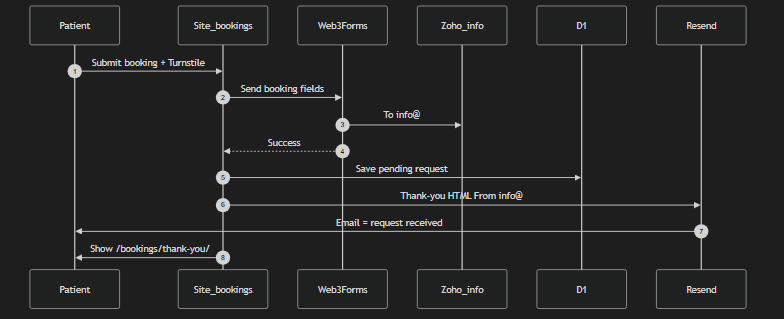
Earlier version of the Mermaid export docs/booking-sequence-request.png (hbacalso1229/wellness-needles). Its source is kept beside it as docs/booking-sequence-request.mmd.
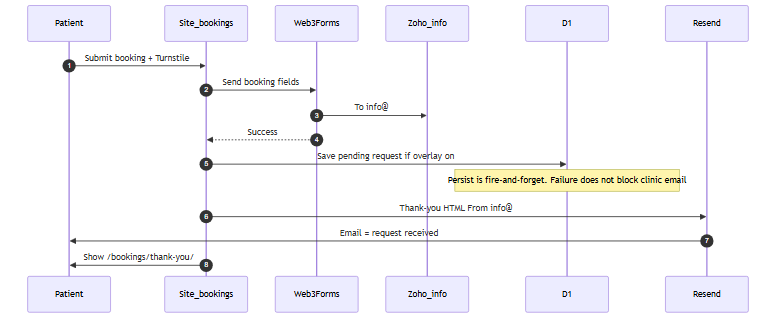
After the change.

Diff of the diagram source:
```diff
@@ -11,7 +11,8 @@
   Site_bookings->>Web3Forms: Send booking fields
   Web3Forms->>Zoho_info: To info@
   Web3Forms-->>Site_bookings: Success
-  Site_bookings->>D1: Save pending request
+  Site_bookings->>D1: Save pending request if overlay on
+  Note over D1: Persist is fire-and-forget. Failure does not block clinic email
   Site_bookings->>Resend: Thank-you HTML From info@
   Resend->>Patient: Email = request received
   Site_bookings->>Patient: Show /bookings/thank-you/
```
